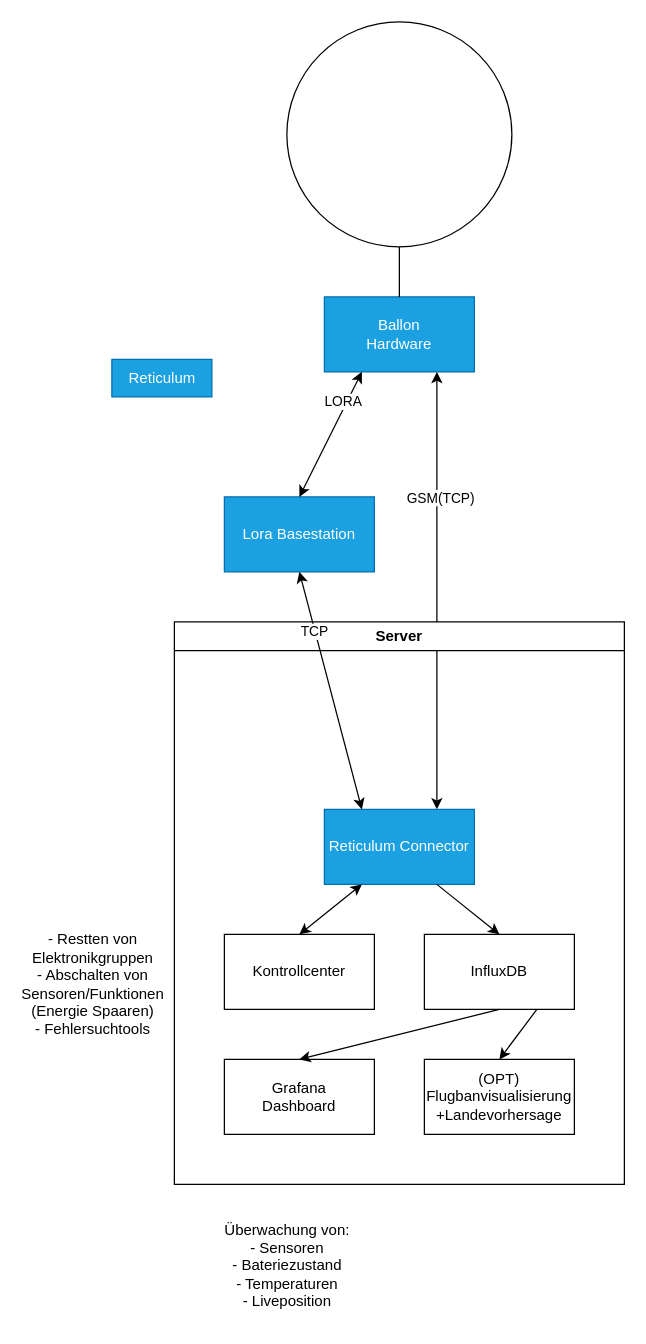
The draw.io diagram DataFlow.drawio in TheEinfachFelix/Space_Balloon, before the edit. Source tidied: cells renumbered, new cells numbered last; positions are measured from the earlier drawing's top-left corner, leaving out a move shared by most shapes. Both pictures are drawn from the tidied source at 125%, with x=0, y=0 at pixel (24, 21).
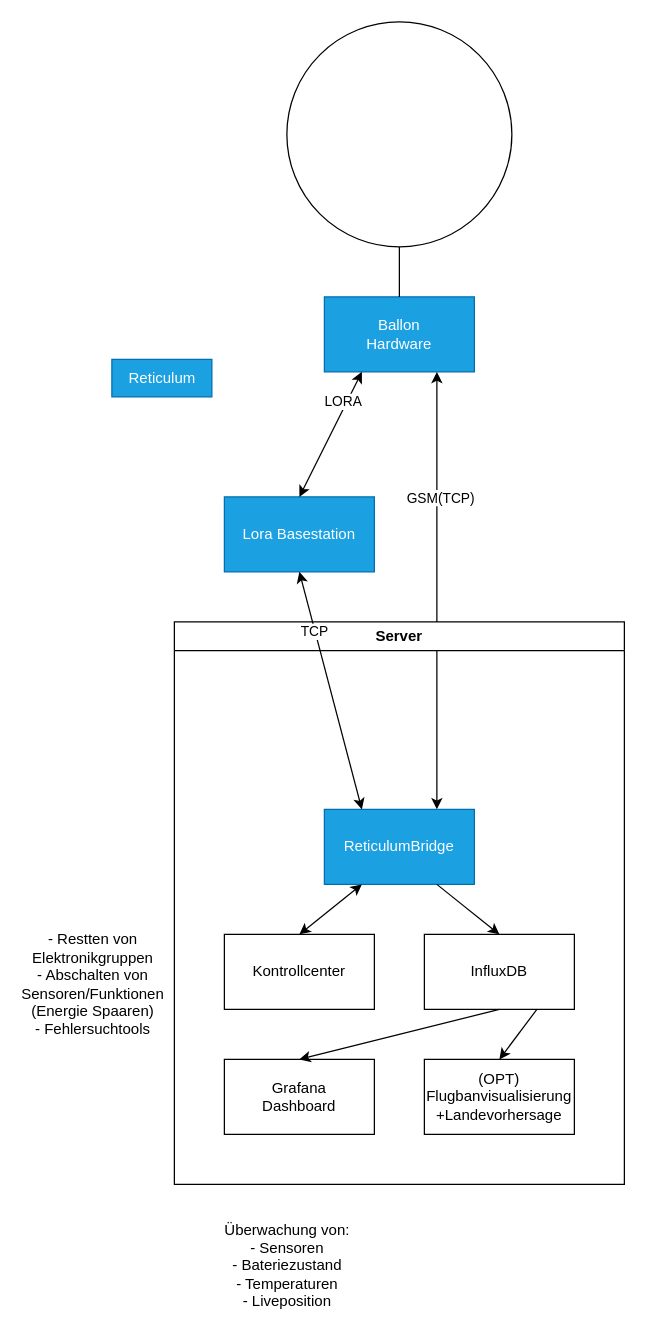
The same diagram, later.

Unchanged cells that the change refers to:
```xml
<mxCell id="10" value="Server" style="swimlane;whiteSpace=wrap;html=1;" parent="1" vertex="1">
  <mxGeometry x="120" y="480" width="360" height="450" as="geometry" />
</mxCell>
```

The edit, as a diff of the source:
```diff
@@
-    <mxCell id="17" value="&lt;span&gt;Reticulum Connector&lt;/span&gt;" style="rounded=0;whiteSpace=wrap;html=1;fillColor=#1ba1e2;fontColor=#ffffff;strokeColor=#006EAF;" parent="10" vertex="1">
+    <mxCell id="17" value="&lt;span&gt;ReticulumBridge&lt;/span&gt;" style="rounded=0;whiteSpace=wrap;html=1;fillColor=#1ba1e2;fontColor=#ffffff;strokeColor=#006EAF;" parent="10" vertex="1">
       <mxGeometry x="120" y="150" width="120" height="60" as="geometry" />
     </mxCell>
```
